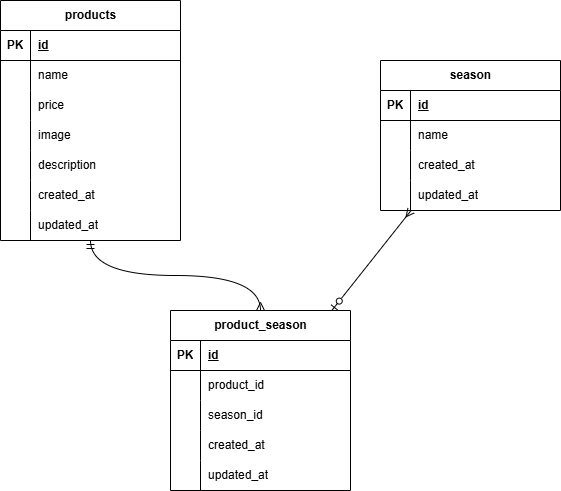
The draw.io diagram src/fruit_store.drawio.png in tsugumi-0406/fruit_store, before a commit. Source tidied: cells renumbered, new cells last; positions are measured from the earlier drawing's top-left corner, leaving out a move shared by most shapes.
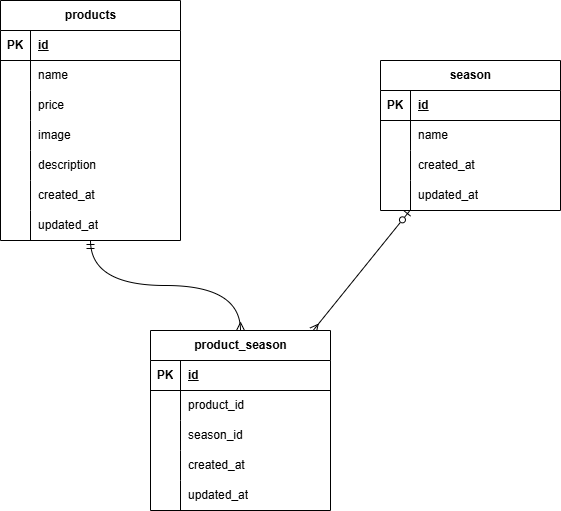
After the change.

The edit, as a diff of the source:
```diff
@@ -71,11 +71,11 @@
     <mxCell id="24" value="updated_at" style="shape=partialRectangle;fillColor=none;top=0;left=0;bottom=0;right=0;align=left;spacingLeft=6;overflow=hidden;whiteSpace=wrap;html=1;" parent="22" vertex="1">
       <mxGeometry x="30" width="150" height="30" as="geometry" />
     </mxCell>
-    <mxCell id="25" style="edgeStyle=none;html=1;endArrow=ERmany;endFill=0;startArrow=ERzeroToOne;startFill=0;" parent="1" edge="1" source="26" target="42">
+    <mxCell id="25" style="edgeStyle=none;html=1;endArrow=ERmany;endFill=0;startArrow=ERzeroToOne;startFill=0;" parent="1" edge="1" source="42" target="26">
       <mxGeometry relative="1" as="geometry" />
     </mxCell>
     <mxCell id="26" value="product_season" style="shape=table;startSize=30;rowLines=0;fontStyle=1;align=center;html=1;" parent="1" vertex="1">
-      <mxGeometry x="170" y="310" width="180" height="180" as="geometry" />
+      <mxGeometry x="150" y="330" width="180" height="180" as="geometry" />
     </mxCell>
     <mxCell id="27" style="shape=tableRow;horizontal=0;startSize=0;swimlaneHead=0;swimlaneBody=0;fillColor=none;top=0;left=0;right=0;bottom=1;" parent="26" vertex="1">
       <mxGeometry y="30" width="180" height="30" as="geometry" />
```
